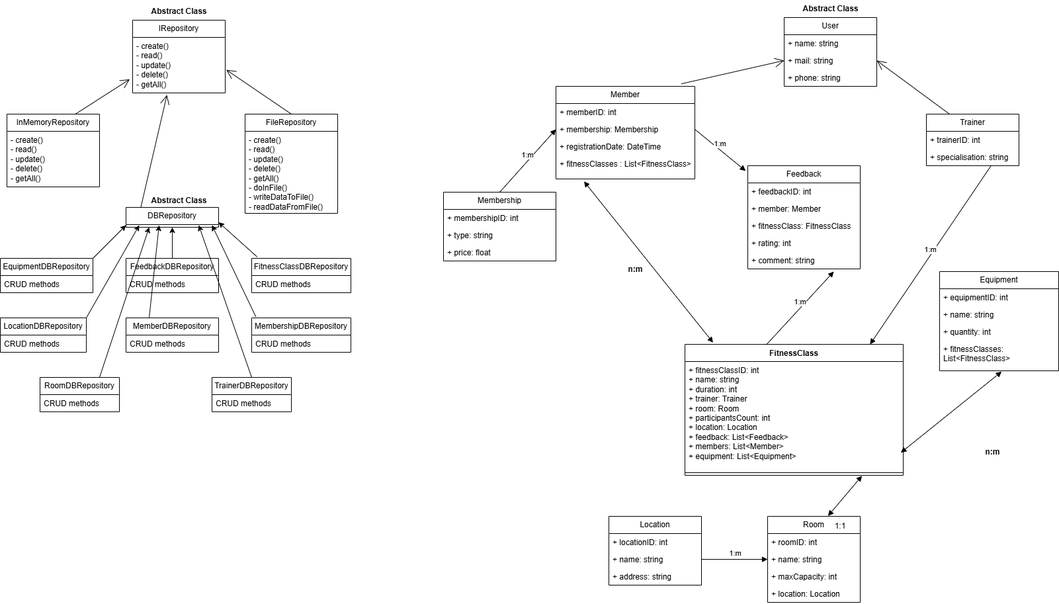
Earlier version of the draw.io export FitnessAppUML.png (Danamat07/FitnessApp). Source tidied: cells renumbered, new cells last; positions are measured from the earlier drawing's top-left corner, leaving out a move shared by most shapes.
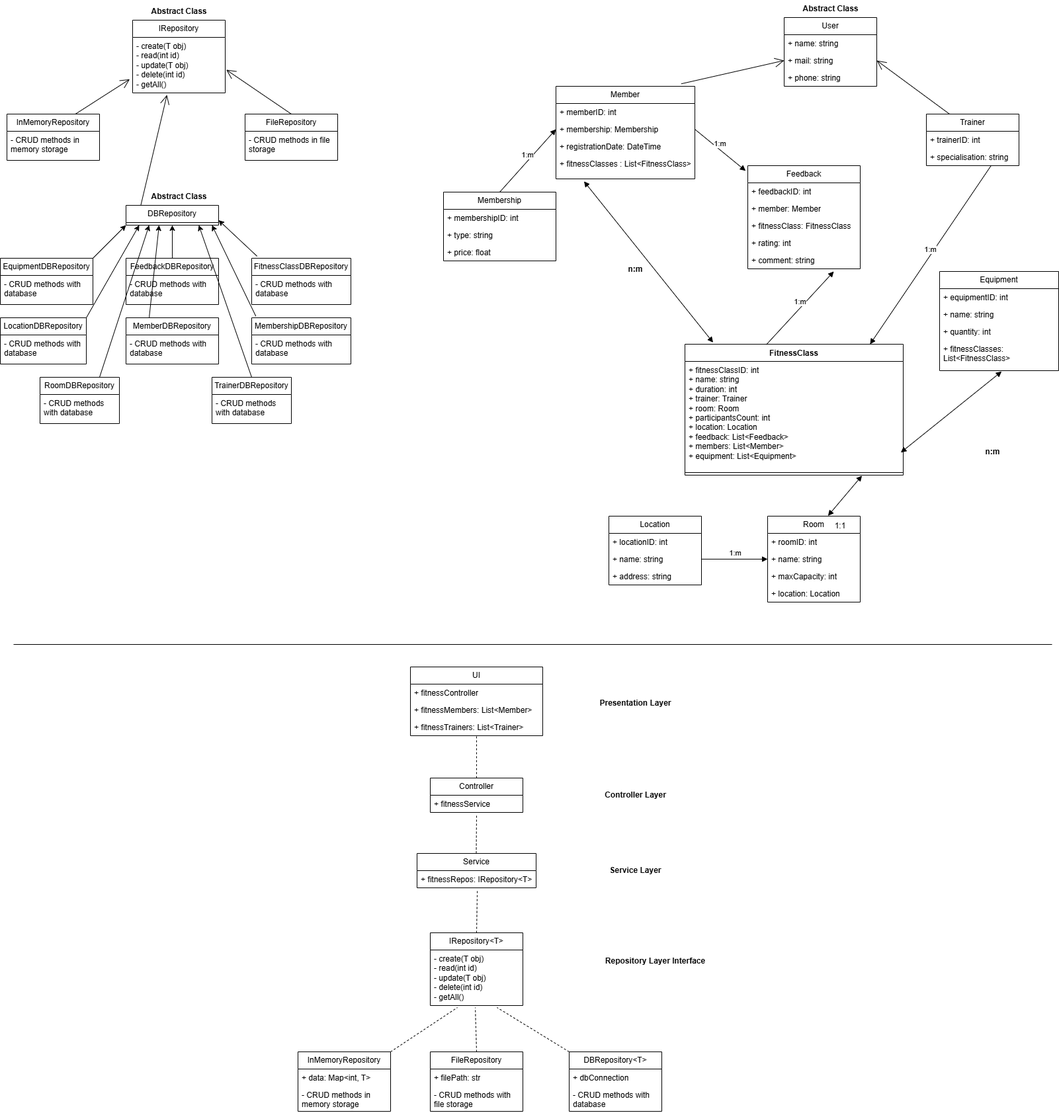
The same diagram one commit later.

The edit, as a diff of the source:
```diff
@@ -161,29 +161,29 @@
     <mxCell id="54" value="IRepository" style="swimlane;fontStyle=0;horizontal=1;startSize=26;fillColor=none;whiteSpace=wrap;html=1;" parent="1" vertex="1">
       <mxGeometry x="200" y="30" width="140" height="110" as="geometry" />
     </mxCell>
-    <mxCell id="55" value="&lt;div&gt;- create()&lt;/div&gt;&lt;div&gt;- read()&lt;/div&gt;&lt;div&gt;- update()&lt;/div&gt;&lt;div&gt;- delete()&lt;/div&gt;&lt;div&gt;- getAll()&lt;/div&gt;" style="text;strokeColor=none;fillColor=none;align=left;verticalAlign=top;spacingLeft=4;spacingRight=4;overflow=hidden;points=[[0,0.5],[1,0.5]];portConstraint=eastwest;whiteSpace=wrap;html=1;" parent="54" vertex="1">
+    <mxCell id="55" value="&lt;div&gt;- create(T obj)&lt;/div&gt;&lt;div&gt;- read(int id)&lt;/div&gt;&lt;div&gt;- update(T obj)&lt;/div&gt;&lt;div&gt;- delete(int id)&lt;/div&gt;&lt;div&gt;- getAll()&lt;/div&gt;" style="text;strokeColor=none;fillColor=none;align=left;verticalAlign=top;spacingLeft=4;spacingRight=4;overflow=hidden;points=[[0,0.5],[1,0.5]];portConstraint=eastwest;whiteSpace=wrap;html=1;" parent="54" vertex="1">
       <mxGeometry y="26" width="140" height="84" as="geometry" />
     </mxCell>
     <mxCell id="56" value="Abstract Class" style="text;align=center;fontStyle=1;verticalAlign=middle;spacingLeft=3;spacingRight=3;strokeColor=none;html=1;" parent="1" vertex="1">
       <mxGeometry x="230" y="4" width="80" height="26" as="geometry" />
     </mxCell>
     <mxCell id="57" value="InMemoryRepository" style="swimlane;fontStyle=0;horizontal=1;startSize=26;fillColor=none;whiteSpace=wrap;html=1;" parent="1" vertex="1">
-      <mxGeometry x="10" y="172" width="140" height="110" as="geometry" />
+      <mxGeometry x="10" y="172" width="140" height="70" as="geometry" />
     </mxCell>
-    <mxCell id="58" value="&lt;div&gt;- create()&lt;/div&gt;&lt;div&gt;- read()&lt;/div&gt;&lt;div&gt;- update()&lt;/div&gt;&lt;div&gt;- delete()&lt;/div&gt;&lt;div&gt;- getAll()&lt;/div&gt;" style="text;strokeColor=none;fillColor=none;align=left;verticalAlign=top;spacingLeft=4;spacingRight=4;overflow=hidden;whiteSpace=wrap;html=1;" parent="57" vertex="1">
-      <mxGeometry y="26" width="140" height="84" as="geometry" />
+    <mxCell id="58" value="&lt;div&gt;- CRUD methods in memory storage&lt;/div&gt;" style="text;strokeColor=none;fillColor=none;align=left;verticalAlign=top;spacingLeft=4;spacingRight=4;overflow=hidden;whiteSpace=wrap;html=1;" parent="57" vertex="1">
+      <mxGeometry y="26" width="140" height="44" as="geometry" />
     </mxCell>
     <mxCell id="59" value="FileRepository" style="swimlane;fontStyle=0;horizontal=1;startSize=26;fillColor=none;whiteSpace=wrap;html=1;" parent="1" vertex="1">
-      <mxGeometry x="370" y="172" width="140" height="150" as="geometry" />
+      <mxGeometry x="370" y="172" width="140" height="70" as="geometry" />
     </mxCell>
-    <mxCell id="60" value="&lt;div&gt;- create()&lt;/div&gt;&lt;div&gt;- read()&lt;/div&gt;&lt;div&gt;- update()&lt;/div&gt;&lt;div&gt;- delete()&lt;/div&gt;&lt;div&gt;- getAll()&lt;/div&gt;&lt;div&gt;- doInFile()&lt;/div&gt;&lt;div&gt;- writeDataToFile()&lt;/div&gt;&lt;div&gt;- readDataFromFile()&lt;/div&gt;" style="text;strokeColor=none;fillColor=none;align=left;verticalAlign=top;spacingLeft=4;spacingRight=4;overflow=hidden;whiteSpace=wrap;html=1;" parent="59" vertex="1">
-      <mxGeometry y="26" width="140" height="124" as="geometry" />
+    <mxCell id="60" value="&lt;div&gt;&lt;div&gt;- CRUD methods in file storage&lt;/div&gt;&lt;/div&gt;" style="text;strokeColor=none;fillColor=none;align=left;verticalAlign=top;spacingLeft=4;spacingRight=4;overflow=hidden;whiteSpace=wrap;html=1;" parent="59" vertex="1">
+      <mxGeometry y="26" width="140" height="44" as="geometry" />
     </mxCell>
     <mxCell id="61" value="DBRepository" style="swimlane;fontStyle=0;horizontal=1;startSize=26;fillColor=none;whiteSpace=wrap;html=1;" parent="1" vertex="1">
-      <mxGeometry x="190" y="313" width="140" height="30" as="geometry" />
+      <mxGeometry x="190" y="310" width="140" height="30" as="geometry" />
     </mxCell>
     <mxCell id="62" value="Abstract Class" style="text;align=center;fontStyle=1;verticalAlign=middle;spacingLeft=3;spacingRight=3;strokeColor=none;html=1;" parent="1" vertex="1">
-      <mxGeometry x="230" y="290" width="80" height="26" as="geometry" />
+      <mxGeometry x="230" y="284" width="80" height="26" as="geometry" />
     </mxCell>
     <mxCell id="63" value="Abstract Class" style="text;align=center;fontStyle=1;verticalAlign=middle;spacingLeft=3;spacingRight=3;strokeColor=none;html=1;" parent="1" vertex="1">
       <mxGeometry x="1215" width="80" height="26" as="geometry" />
@@ -200,52 +200,52 @@
       <mxGeometry relative="1" as="geometry" />
     </mxCell>
     <mxCell id="67" value="EquipmentDBRepository" style="swimlane;fontStyle=0;horizontal=1;startSize=26;fillColor=none;whiteSpace=wrap;html=1;" parent="1" vertex="1">
-      <mxGeometry y="390" width="140" height="52" as="geometry" />
+      <mxGeometry y="390" width="140" height="70" as="geometry" />
     </mxCell>
-    <mxCell id="68" value="CRUD methods" style="text;strokeColor=none;fillColor=none;align=left;verticalAlign=top;spacingLeft=4;spacingRight=4;overflow=hidden;whiteSpace=wrap;html=1;" parent="67" vertex="1">
-      <mxGeometry y="26" width="140" height="26" as="geometry" />
+    <mxCell id="68" value="- CRUD methods with database" style="text;strokeColor=none;fillColor=none;align=left;verticalAlign=top;spacingLeft=4;spacingRight=4;overflow=hidden;whiteSpace=wrap;html=1;" parent="67" vertex="1">
+      <mxGeometry y="26" width="140" height="44" as="geometry" />
     </mxCell>
     <mxCell id="69" value="FeedbackDBRepository" style="swimlane;fontStyle=0;horizontal=1;startSize=26;fillColor=none;whiteSpace=wrap;html=1;" parent="1" vertex="1">
-      <mxGeometry x="190" y="390" width="140" height="52" as="geometry" />
+      <mxGeometry x="190" y="390" width="140" height="70" as="geometry" />
     </mxCell>
-    <mxCell id="70" value="CRUD methods" style="text;strokeColor=none;fillColor=none;align=left;verticalAlign=top;spacingLeft=4;spacingRight=4;overflow=hidden;whiteSpace=wrap;html=1;" parent="69" vertex="1">
-      <mxGeometry y="26" width="140" height="26" as="geometry" />
+    <mxCell id="70" value="- CRUD methods with database" style="text;strokeColor=none;fillColor=none;align=left;verticalAlign=top;spacingLeft=4;spacingRight=4;overflow=hidden;whiteSpace=wrap;html=1;" parent="69" vertex="1">
+      <mxGeometry y="26" width="140" height="44" as="geometry" />
     </mxCell>
     <mxCell id="71" value="FitnessClassDBRepository" style="swimlane;fontStyle=0;horizontal=1;startSize=26;fillColor=none;whiteSpace=wrap;html=1;" parent="1" vertex="1">
-      <mxGeometry x="380" y="390" width="150" height="52" as="geometry" />
+      <mxGeometry x="380" y="390" width="150" height="70" as="geometry" />
     </mxCell>
-    <mxCell id="72" value="CRUD methods" style="text;strokeColor=none;fillColor=none;align=left;verticalAlign=top;spacingLeft=4;spacingRight=4;overflow=hidden;whiteSpace=wrap;html=1;" parent="71" vertex="1">
-      <mxGeometry y="26" width="150" height="26" as="geometry" />
+    <mxCell id="72" value="- CRUD methods with database" style="text;strokeColor=none;fillColor=none;align=left;verticalAlign=top;spacingLeft=4;spacingRight=4;overflow=hidden;whiteSpace=wrap;html=1;" parent="71" vertex="1">
+      <mxGeometry y="26" width="150" height="44" as="geometry" />
     </mxCell>
     <mxCell id="73" value="LocationDBRepository" style="swimlane;fontStyle=0;horizontal=1;startSize=26;fillColor=none;whiteSpace=wrap;html=1;" parent="1" vertex="1">
-      <mxGeometry y="480" width="130" height="52" as="geometry" />
+      <mxGeometry y="480" width="130" height="70" as="geometry" />
     </mxCell>
-    <mxCell id="74" value="CRUD methods" style="text;strokeColor=none;fillColor=none;align=left;verticalAlign=top;spacingLeft=4;spacingRight=4;overflow=hidden;whiteSpace=wrap;html=1;" parent="73" vertex="1">
-      <mxGeometry y="26" width="130" height="26" as="geometry" />
+    <mxCell id="74" value="- CRUD methods with database" style="text;strokeColor=none;fillColor=none;align=left;verticalAlign=top;spacingLeft=4;spacingRight=4;overflow=hidden;whiteSpace=wrap;html=1;" parent="73" vertex="1">
+      <mxGeometry y="26" width="130" height="44" as="geometry" />
     </mxCell>
     <mxCell id="75" value="MemberDBRepository" style="swimlane;fontStyle=0;horizontal=1;startSize=26;fillColor=none;whiteSpace=wrap;html=1;" parent="1" vertex="1">
-      <mxGeometry x="190" y="480" width="140" height="52" as="geometry" />
+      <mxGeometry x="190" y="480" width="140" height="70" as="geometry" />
     </mxCell>
-    <mxCell id="76" value="CRUD methods" style="text;strokeColor=none;fillColor=none;align=left;verticalAlign=top;spacingLeft=4;spacingRight=4;overflow=hidden;whiteSpace=wrap;html=1;" parent="75" vertex="1">
-      <mxGeometry y="26" width="140" height="26" as="geometry" />
+    <mxCell id="76" value="- CRUD methods with database" style="text;strokeColor=none;fillColor=none;align=left;verticalAlign=top;spacingLeft=4;spacingRight=4;overflow=hidden;whiteSpace=wrap;html=1;" parent="75" vertex="1">
+      <mxGeometry y="26" width="140" height="44" as="geometry" />
     </mxCell>
     <mxCell id="77" value="MembershipDBRepository" style="swimlane;fontStyle=0;horizontal=1;startSize=26;fillColor=none;whiteSpace=wrap;html=1;" parent="1" vertex="1">
-      <mxGeometry x="380" y="480" width="150" height="52" as="geometry" />
+      <mxGeometry x="380" y="480" width="150" height="70" as="geometry" />
     </mxCell>
-    <mxCell id="78" value="CRUD methods" style="text;strokeColor=none;fillColor=none;align=left;verticalAlign=top;spacingLeft=4;spacingRight=4;overflow=hidden;whiteSpace=wrap;html=1;" parent="77" vertex="1">
-      <mxGeometry y="26" width="150" height="26" as="geometry" />
+    <mxCell id="78" value="- CRUD methods with database" style="text;strokeColor=none;fillColor=none;align=left;verticalAlign=top;spacingLeft=4;spacingRight=4;overflow=hidden;whiteSpace=wrap;html=1;" parent="77" vertex="1">
+      <mxGeometry y="26" width="150" height="44" as="geometry" />
     </mxCell>
     <mxCell id="79" value="RoomDBRepository" style="swimlane;fontStyle=0;horizontal=1;startSize=26;fillColor=none;whiteSpace=wrap;html=1;" parent="1" vertex="1">
-      <mxGeometry x="60" y="570" width="120" height="52" as="geometry" />
+      <mxGeometry x="60" y="570" width="120" height="70" as="geometry" />
     </mxCell>
-    <mxCell id="80" value="CRUD methods" style="text;strokeColor=none;fillColor=none;align=left;verticalAlign=top;spacingLeft=4;spacingRight=4;overflow=hidden;whiteSpace=wrap;html=1;" parent="79" vertex="1">
-      <mxGeometry y="26" width="120" height="26" as="geometry" />
+    <mxCell id="80" value="- CRUD methods with database" style="text;strokeColor=none;fillColor=none;align=left;verticalAlign=top;spacingLeft=4;spacingRight=4;overflow=hidden;whiteSpace=wrap;html=1;" parent="79" vertex="1">
+      <mxGeometry y="26" width="120" height="44" as="geometry" />
     </mxCell>
     <mxCell id="81" value="TrainerDBRepository" style="swimlane;fontStyle=0;horizontal=1;startSize=26;fillColor=none;whiteSpace=wrap;html=1;" parent="1" vertex="1">
-      <mxGeometry x="320" y="570" width="120" height="52" as="geometry" />
+      <mxGeometry x="320" y="570" width="120" height="70" as="geometry" />
     </mxCell>
-    <mxCell id="82" value="CRUD methods" style="text;strokeColor=none;fillColor=none;align=left;verticalAlign=top;spacingLeft=4;spacingRight=4;overflow=hidden;whiteSpace=wrap;html=1;" parent="81" vertex="1">
-      <mxGeometry y="26" width="120" height="26" as="geometry" />
+    <mxCell id="82" value="- CRUD methods with database" style="text;strokeColor=none;fillColor=none;align=left;verticalAlign=top;spacingLeft=4;spacingRight=4;overflow=hidden;whiteSpace=wrap;html=1;" parent="81" vertex="1">
+      <mxGeometry y="26" width="120" height="44" as="geometry" />
     </mxCell>
     <mxCell id="83" style="endArrow=classic;html=1;rounded=0;" parent="1" edge="1">
       <mxGeometry relative="1" as="geometry">
@@ -282,5 +282,98 @@
     <mxCell id="90" style="endArrow=classic;html=1;rounded=0;exitX=0.75;exitY=0;exitDx=0;exitDy=0;entryX=0.25;entryY=1;entryDx=0;entryDy=0;" parent="1" edge="1" source="79" target="61">
       <mxGeometry relative="1" as="geometry" />
     </mxCell>
+    <mxCell id="91" value="UI" style="swimlane;fontStyle=0;horizontal=1;startSize=26;fillColor=none;whiteSpace=wrap;html=1;" parent="1" vertex="1">
+      <mxGeometry x="620" y="1008" width="200" height="104" as="geometry" />
+    </mxCell>
+    <mxCell id="92" value="+ fitnessController" style="text;strokeColor=none;fillColor=none;align=left;verticalAlign=top;spacingLeft=4;spacingRight=4;overflow=hidden;whiteSpace=wrap;html=1;" parent="91" vertex="1">
+      <mxGeometry y="26" width="200" height="26" as="geometry" />
+    </mxCell>
+    <mxCell id="93" value="+ fitnessMembers: List&amp;lt;Member&amp;gt;" style="text;strokeColor=none;fillColor=none;align=left;verticalAlign=top;spacingLeft=4;spacingRight=4;overflow=hidden;whiteSpace=wrap;html=1;" parent="91" vertex="1">
+      <mxGeometry y="52" width="200" height="26" as="geometry" />
+    </mxCell>
+    <mxCell id="94" value="+ fitnessTrainers: List&amp;lt;Trainer&amp;gt;" style="text;strokeColor=none;fillColor=none;align=left;verticalAlign=top;spacingLeft=4;spacingRight=4;overflow=hidden;points=[[0,0.5],[1,0.5]];portConstraint=eastwest;whiteSpace=wrap;html=1;" parent="91" vertex="1">
+      <mxGeometry y="78" width="200" height="26" as="geometry" />
+    </mxCell>
+    <mxCell id="95" style="line;strokeWidth=1;fillColor=none;align=left;verticalAlign=middle;spacingTop=-1;spacingLeft=3;spacingRight=3;labelPosition=right;strokeColor=inherit;" parent="1" vertex="1">
+      <mxGeometry x="20" y="940" width="1570" height="68" as="geometry" />
+    </mxCell>
+    <mxCell id="96" value="Presentation Layer" style="text;align=center;fontStyle=1;verticalAlign=middle;spacingLeft=3;spacingRight=3;strokeColor=none;html=1;" parent="1" vertex="1">
+      <mxGeometry x="900" y="1050" width="120" height="26" as="geometry" />
+    </mxCell>
+    <mxCell id="97" value="Controller" style="swimlane;fontStyle=0;horizontal=1;startSize=26;fillColor=none;whiteSpace=wrap;html=1;" parent="1" vertex="1">
+      <mxGeometry x="650" y="1176" width="140" height="52" as="geometry" />
+    </mxCell>
+    <mxCell id="98" value="+ fitnessService" style="text;strokeColor=none;fillColor=none;align=left;verticalAlign=top;spacingLeft=4;spacingRight=4;overflow=hidden;whiteSpace=wrap;html=1;" parent="97" vertex="1">
+      <mxGeometry y="26" width="140" height="26" as="geometry" />
+    </mxCell>
+    <mxCell id="99" value="Controller Layer" style="text;align=center;fontStyle=1;verticalAlign=middle;spacingLeft=3;spacingRight=3;strokeColor=none;html=1;" parent="1" vertex="1">
+      <mxGeometry x="900" y="1189" width="120" height="26" as="geometry" />
+    </mxCell>
+    <mxCell id="100" value="Service" style="swimlane;fontStyle=0;horizontal=1;startSize=26;fillColor=none;whiteSpace=wrap;html=1;" parent="1" vertex="1">
+      <mxGeometry x="630" y="1290" width="180" height="52" as="geometry" />
+    </mxCell>
+    <mxCell id="101" value="+ fitnessRepos: IRepository&amp;lt;T&amp;gt;" style="text;strokeColor=none;fillColor=none;align=left;verticalAlign=top;spacingLeft=4;spacingRight=4;overflow=hidden;points=[[0,0.5],[1,0.5]];portConstraint=eastwest;whiteSpace=wrap;html=1;" parent="100" vertex="1">
+      <mxGeometry y="26" width="180" height="26" as="geometry" />
+    </mxCell>
+    <mxCell id="102" value="Service Layer" style="text;align=center;fontStyle=1;verticalAlign=middle;spacingLeft=3;spacingRight=3;strokeColor=none;html=1;" parent="1" vertex="1">
+      <mxGeometry x="900" y="1303" width="120" height="26" as="geometry" />
+    </mxCell>
+    <mxCell id="103" value="IRepository&amp;lt;T&amp;gt;" style="swimlane;fontStyle=0;horizontal=1;startSize=26;fillColor=none;whiteSpace=wrap;html=1;" parent="1" vertex="1">
+      <mxGeometry x="650" y="1410" width="140" height="110" as="geometry" />
+    </mxCell>
+    <mxCell id="104" value="&lt;div&gt;- create(T obj)&lt;/div&gt;&lt;div&gt;- read(int id)&lt;/div&gt;&lt;div&gt;- update(T obj)&lt;/div&gt;&lt;div&gt;- delete(int id)&lt;/div&gt;&lt;div&gt;- getAll()&lt;/div&gt;" style="text;strokeColor=none;fillColor=none;align=left;verticalAlign=top;spacingLeft=4;spacingRight=4;overflow=hidden;points=[[0,0.5],[1,0.5]];portConstraint=eastwest;whiteSpace=wrap;html=1;" parent="103" vertex="1">
+      <mxGeometry y="26" width="140" height="84" as="geometry" />
+    </mxCell>
+    <mxCell id="105" value="Repository Layer Interface" style="text;align=center;fontStyle=1;verticalAlign=middle;spacingLeft=3;spacingRight=3;strokeColor=none;html=1;" parent="1" vertex="1">
+      <mxGeometry x="910" y="1440" width="160" height="26" as="geometry" />
+    </mxCell>
+    <mxCell id="106" style="endArrow=none;dashed=1;html=1;rounded=0;exitX=0.5;exitY=0;exitDx=0;exitDy=0;entryX=0.5;entryY=0.923;entryDx=0;entryDy=0;entryPerimeter=0;" parent="1" edge="1" source="97" target="94">
+      <mxGeometry relative="1" as="geometry" />
+    </mxCell>
+    <mxCell id="107" style="endArrow=none;dashed=1;html=1;rounded=0;exitX=0.5;exitY=0;exitDx=0;exitDy=0;" parent="1" edge="1">
+      <mxGeometry relative="1" as="geometry">
+        <mxPoint x="719.5" y="1290" as="sourcePoint" />
+        <mxPoint x="720" y="1230" as="targetPoint" />
+      </mxGeometry>
+    </mxCell>
+    <mxCell id="108" style="endArrow=none;dashed=1;html=1;rounded=0;exitX=0.5;exitY=0;exitDx=0;exitDy=0;entryX=0.506;entryY=1.154;entryDx=0;entryDy=0;entryPerimeter=0;" parent="1" edge="1" source="103" target="101">
+      <mxGeometry relative="1" as="geometry" />
+    </mxCell>
+    <mxCell id="109" value="FileRepository" style="swimlane;fontStyle=0;horizontal=1;startSize=26;fillColor=none;whiteSpace=wrap;html=1;" parent="1" vertex="1">
+      <mxGeometry x="650" y="1590" width="140" height="90" as="geometry" />
+    </mxCell>
+    <mxCell id="110" value="+ filePath: str" style="text;strokeColor=none;fillColor=none;align=left;verticalAlign=top;spacingLeft=4;spacingRight=4;overflow=hidden;whiteSpace=wrap;html=1;" parent="109" vertex="1">
+      <mxGeometry y="26" width="140" height="26" as="geometry" />
+    </mxCell>
+    <mxCell id="111" value="- CRUD methods with file storage" style="text;strokeColor=none;fillColor=none;align=left;verticalAlign=top;spacingLeft=4;spacingRight=4;overflow=hidden;whiteSpace=wrap;html=1;" parent="109" vertex="1">
+      <mxGeometry y="52" width="140" height="38" as="geometry" />
+    </mxCell>
+    <mxCell id="112" value="InMemoryRepository" style="swimlane;fontStyle=0;horizontal=1;startSize=26;fillColor=none;whiteSpace=wrap;html=1;" parent="1" vertex="1">
+      <mxGeometry x="450" y="1590" width="140" height="90" as="geometry" />
+    </mxCell>
+    <mxCell id="113" value="+ data: Map&amp;lt;int, T&amp;gt;" style="text;strokeColor=none;fillColor=none;align=left;verticalAlign=top;spacingLeft=4;spacingRight=4;overflow=hidden;whiteSpace=wrap;html=1;" parent="112" vertex="1">
+      <mxGeometry y="26" width="140" height="26" as="geometry" />
+    </mxCell>
+    <mxCell id="114" value="- CRUD methods in memory storage" style="text;strokeColor=none;fillColor=none;align=left;verticalAlign=top;spacingLeft=4;spacingRight=4;overflow=hidden;whiteSpace=wrap;html=1;" parent="112" vertex="1">
+      <mxGeometry y="52" width="140" height="38" as="geometry" />
+    </mxCell>
+    <mxCell id="115" value="DBRepository&amp;lt;T&amp;gt;" style="swimlane;fontStyle=0;horizontal=1;startSize=26;fillColor=none;whiteSpace=wrap;html=1;" parent="1" vertex="1">
+      <mxGeometry x="860" y="1590" width="140" height="90" as="geometry" />
+    </mxCell>
+    <mxCell id="116" value="+ dbConnection" style="text;strokeColor=none;fillColor=none;align=left;verticalAlign=top;spacingLeft=4;spacingRight=4;overflow=hidden;whiteSpace=wrap;html=1;" parent="115" vertex="1">
+      <mxGeometry y="26" width="140" height="26" as="geometry" />
+    </mxCell>
+    <mxCell id="117" value="- CRUD methods with database" style="text;strokeColor=none;fillColor=none;align=left;verticalAlign=top;spacingLeft=4;spacingRight=4;overflow=hidden;whiteSpace=wrap;html=1;" parent="115" vertex="1">
+      <mxGeometry y="52" width="140" height="38" as="geometry" />
+    </mxCell>
+    <mxCell id="118" style="endArrow=none;dashed=1;html=1;rounded=0;entryX=0.486;entryY=1.036;entryDx=0;entryDy=0;entryPerimeter=0;exitX=0.5;exitY=0;exitDx=0;exitDy=0;" parent="1" edge="1" source="109" target="104">
+      <mxGeometry relative="1" as="geometry" />
+    </mxCell>
+    <mxCell id="119" style="endArrow=none;dashed=1;html=1;rounded=0;entryX=0.721;entryY=1.036;entryDx=0;entryDy=0;entryPerimeter=0;exitX=0;exitY=0;exitDx=0;exitDy=0;" parent="1" edge="1" source="115" target="104">
+      <mxGeometry relative="1" as="geometry" />
+    </mxCell>
+    <mxCell id="120" style="endArrow=none;dashed=1;html=1;rounded=0;entryX=0.293;entryY=1.036;entryDx=0;entryDy=0;entryPerimeter=0;exitX=1;exitY=0;exitDx=0;exitDy=0;" parent="1" edge="1" source="112" target="104">
+      <mxGeometry relative="1" as="geometry" />
+    </mxCell>
   </root>
 </mxGraphModel>
```
